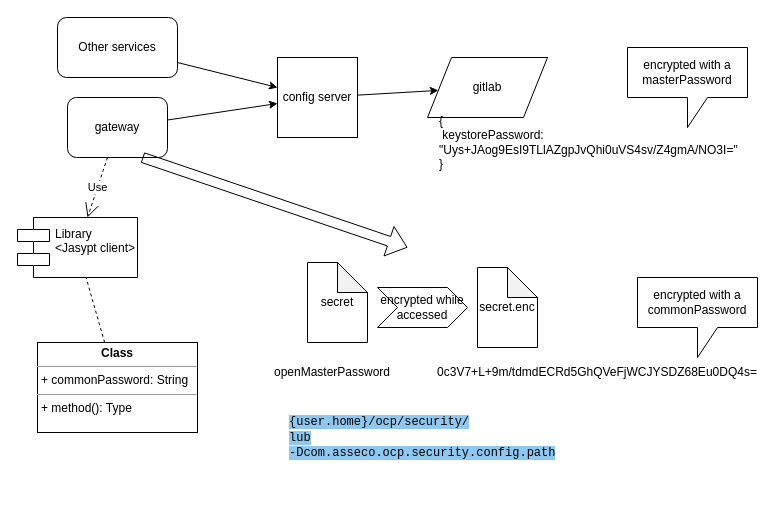
Earlier version of the draw.io diagram Untitled Diagram.drawio (arti22k/draw.io). Source tidied: cells renumbered, new cells numbered last; positions are measured from the earlier drawing's top-left corner, leaving out a move shared by most shapes. Both pictures are drawn from the tidied source at 100%, with x=0, y=0 at pixel (17, 17).
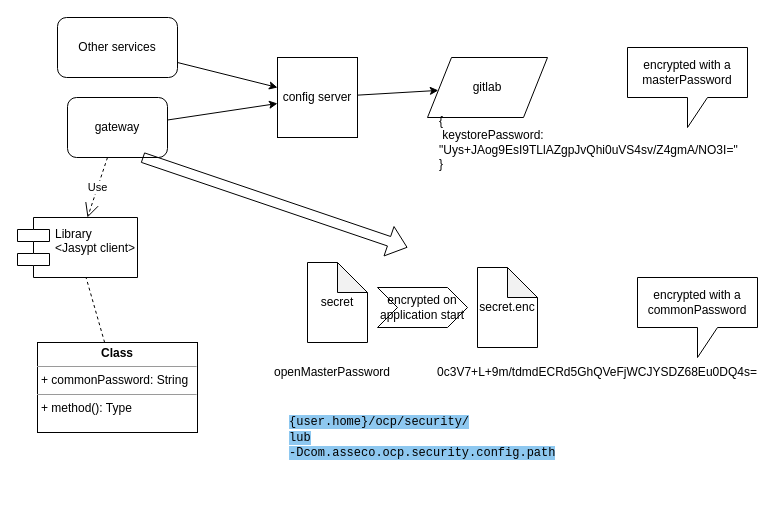
The same page after the edit.

Commit message:
encryption on start

Change to the diagram source:
```diff
@@
-    <mxCell id="23" value="encrypted while accessed" style="shape=step;perimeter=stepPerimeter;whiteSpace=wrap;html=1;fixedSize=1;" parent="1" vertex="1">
+    <mxCell id="23" value="encrypted on application start" style="shape=step;perimeter=stepPerimeter;whiteSpace=wrap;html=1;fixedSize=1;" parent="1" vertex="1">
       <mxGeometry x="360" y="270" width="90" height="40" as="geometry" />
     </mxCell>
```
